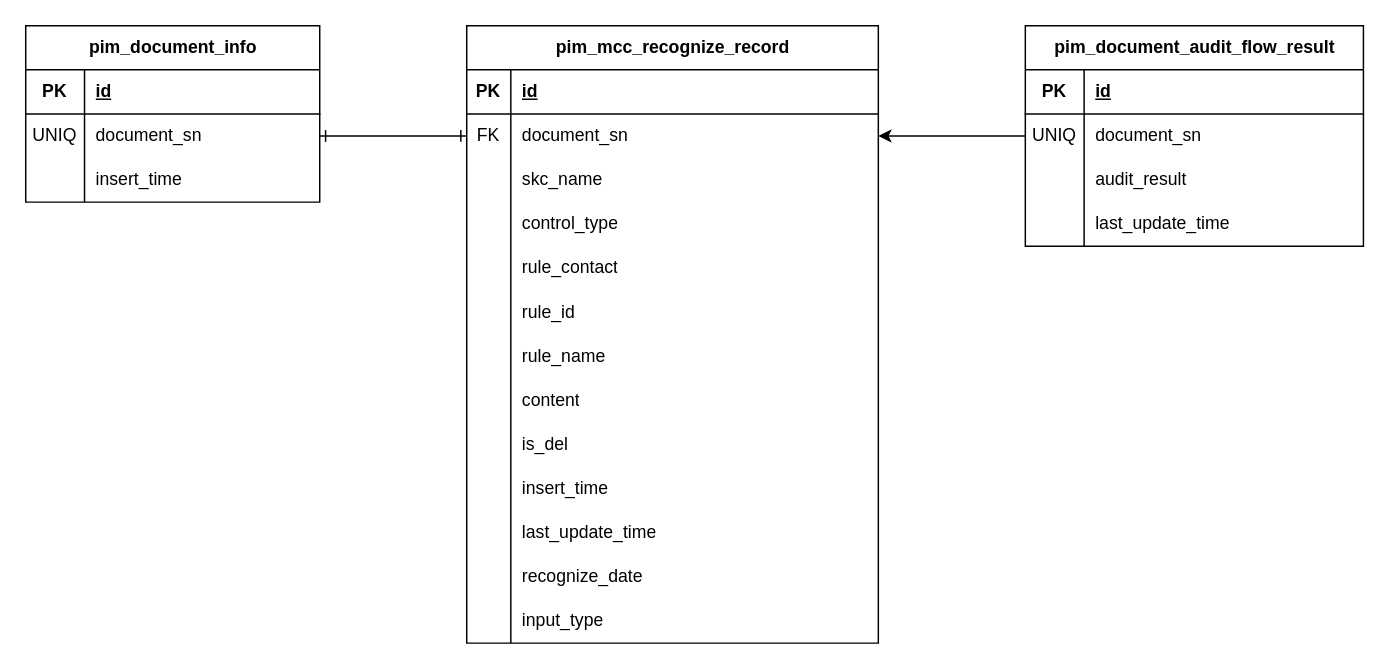
wangzijia122/drawio_repository keeps this draw.io diagram as ABC-117938_公文审核识别结果.drawio. Above is the earlier version. Source tidied: cells renumbered, new cells numbered last; positions are measured from the earlier drawing's top-left corner, leaving out a move shared by most shapes. Both pictures are drawn from the tidied source at 147%, with x=0, y=0 at pixel (25, 25).
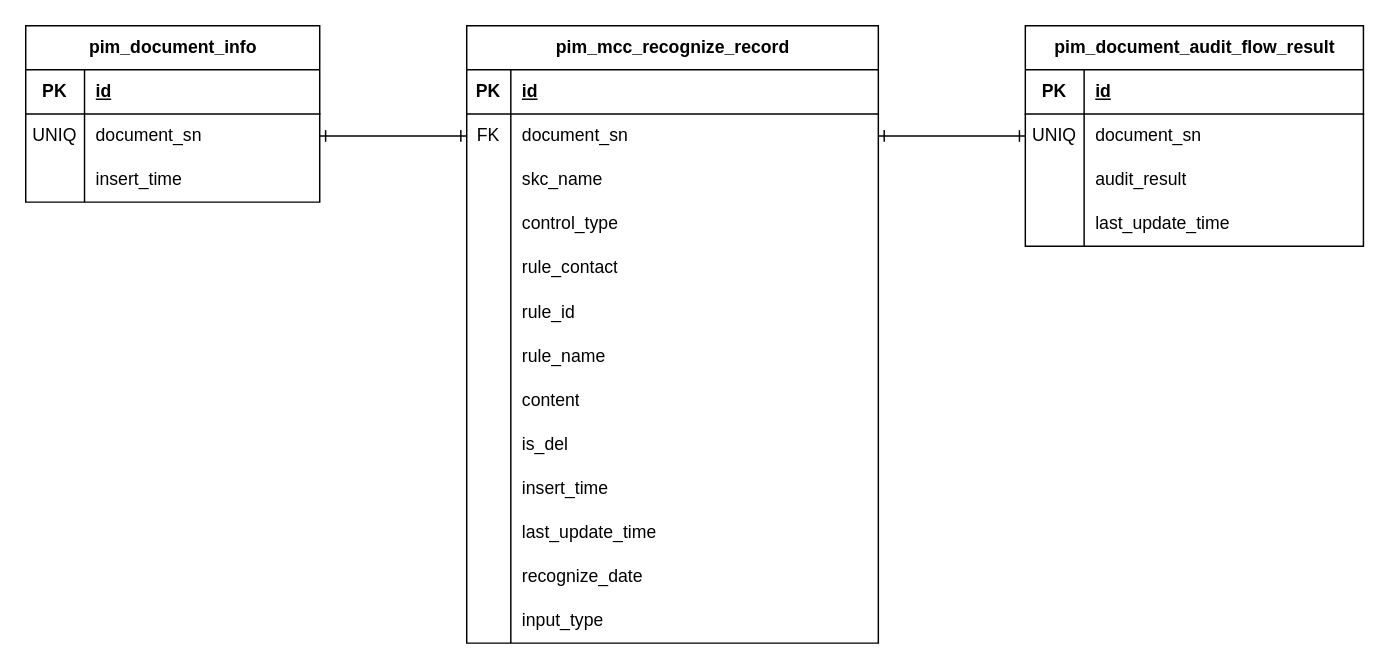
Above is the later version.

Commit message (it also covers changes not shown here):
更新ABC-117938_公文审核识别结果.drawio

The change refers to these unchanged cells:
```xml
<mxCell id="6" style="shape=tableRow;horizontal=0;startSize=0;swimlaneHead=0;swimlaneBody=0;fillColor=none;points=[[0,0.5],[1,0.5]];portConstraint=eastwest;top=0;left=0;right=0;bottom=0;" parent="2" vertex="1">
  <mxGeometry y="60" width="280" height="30" as="geometry" />
</mxCell>
<mxCell id="57" style="shape=tableRow;horizontal=0;startSize=0;swimlaneHead=0;swimlaneBody=0;fillColor=none;points=[[0,0.5],[1,0.5]];portConstraint=eastwest;top=0;left=0;right=0;bottom=0;" parent="53" vertex="1">
  <mxGeometry y="60" width="230" height="30" as="geometry" />
</mxCell>
```

Diff of the diagram source:
```diff
@@
-    <mxCell id="66" style="edgeStyle=orthogonalEdgeStyle;rounded=0;jettySize=auto;html=1;exitX=0;exitY=0.5;exitDx=0;exitDy=0;entryX=1;entryY=0.5;entryDx=0;entryDy=0;" parent="1" edge="1" source="57" target="6">
+    <mxCell id="66" style="edgeStyle=orthogonalEdgeStyle;rounded=0;jettySize=auto;html=1;exitX=0;exitY=0.5;exitDx=0;exitDy=0;entryX=1;entryY=0.5;entryDx=0;entryDy=0;startArrow=ERone;startFill=0;endArrow=ERone;endFill=0;" parent="1" edge="1" source="57" target="6">
       <mxGeometry relative="1" as="geometry" />
     </mxCell>
```
